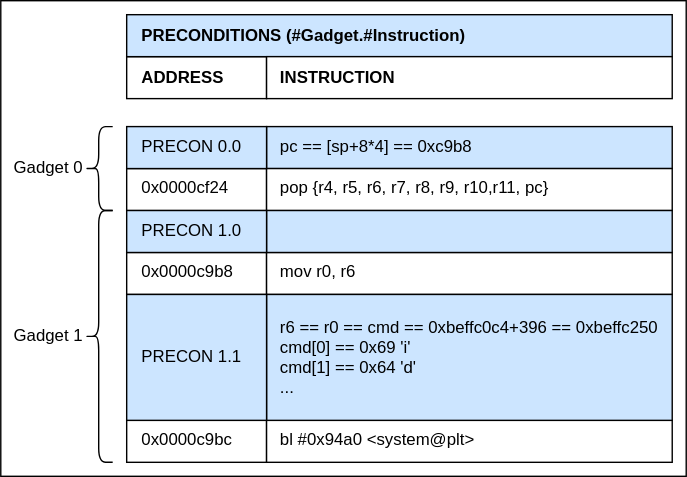
This is images/ROP_Chain.svg from cyber-defence-campus/netgear_r6700v3_circled, a draw.io export, as it was before one commit. Source tidied: cells renumbered, new cells last; positions are measured from the earlier drawing's top-left corner, leaving out a move shared by most shapes.
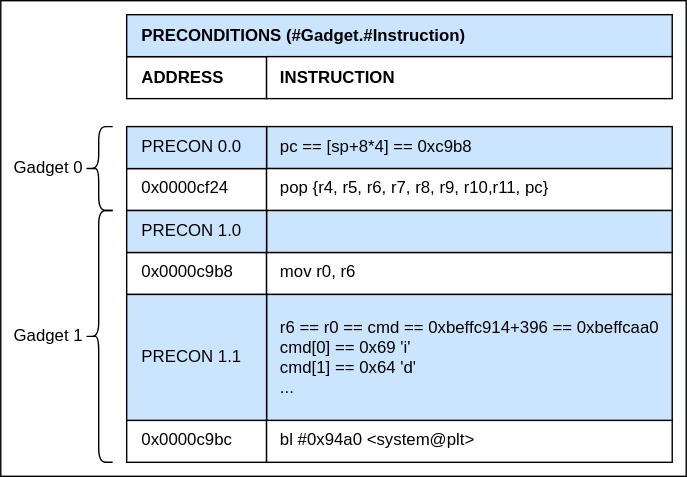
The same file after the commit.

What changed in the source:
```diff
@@ -47,7 +47,7 @@
     <mxCell id="16" value="PRECON 0.0" style="rounded=0;whiteSpace=wrap;html=1;verticalAlign=middle;align=left;spacingLeft=9;spacingRight=8;fillColor=#CCE5FF;" parent="1" vertex="1">
       <mxGeometry x="90" y="90" width="100" height="30" as="geometry" />
     </mxCell>
-    <mxCell id="17" value="r6 == r0 == cmd == 0xbeffc0c4+396 == 0xbeffc250&lt;br&gt;cmd[0] == 0x69 'i'&lt;br&gt;cmd[1] == 0x64 'd'&lt;br&gt;..." style="rounded=0;whiteSpace=wrap;html=1;verticalAlign=middle;align=left;spacingLeft=8;spacingRight=8;fillColor=#CCE5FF;" parent="1" vertex="1">
+    <mxCell id="17" value="r6 == r0 == cmd == 0xbeffc914+396 == 0xbeffcaa0&lt;br&gt;cmd[0] == 0x69 'i'&lt;br&gt;cmd[1] == 0x64 'd'&lt;br&gt;..." style="rounded=0;whiteSpace=wrap;html=1;verticalAlign=middle;align=left;spacingLeft=8;spacingRight=8;fillColor=#CCE5FF;" parent="1" vertex="1">
       <mxGeometry x="190" y="210" width="290" height="90" as="geometry" />
     </mxCell>
     <mxCell id="18" value="PRECON 1.1" style="rounded=0;whiteSpace=wrap;html=1;verticalAlign=middle;align=left;spacingLeft=9;spacingRight=8;fillColor=#CCE5FF;" parent="1" vertex="1">
```
